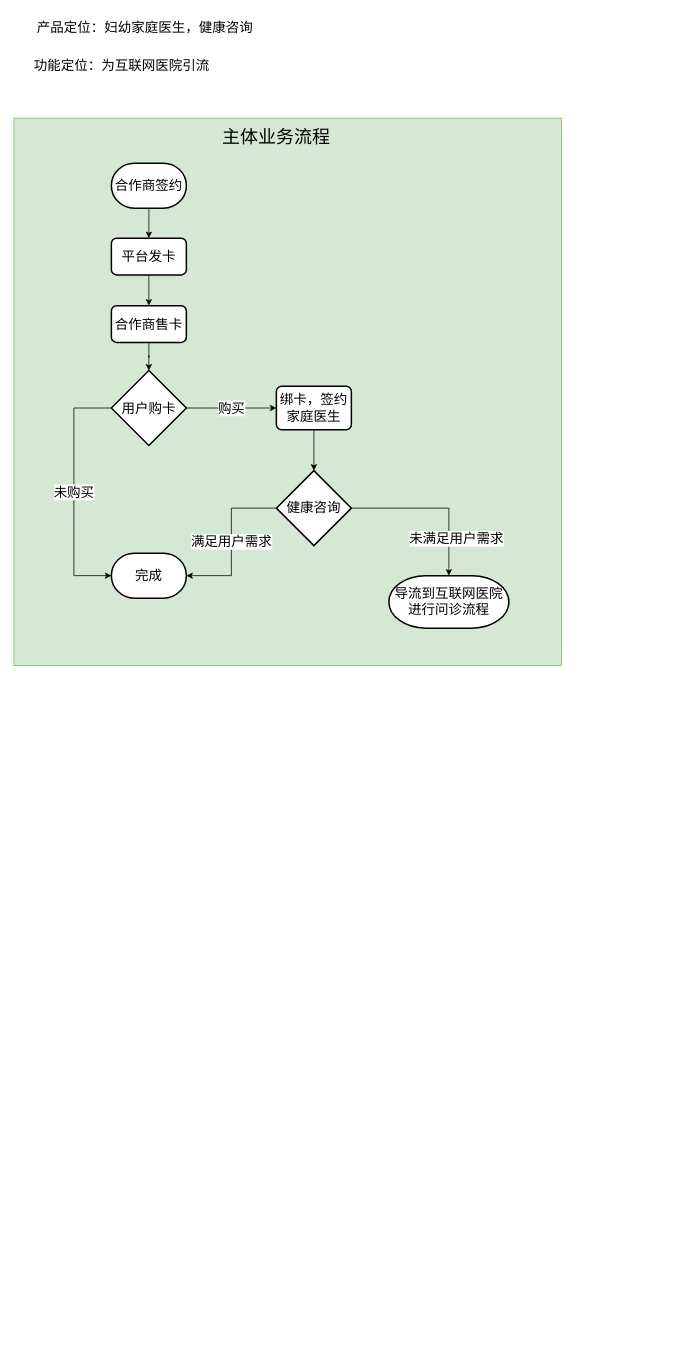
Earlier version of the draw.io diagram jbh/家庭医生v1.drawio (GitHeP/diagrams). Source tidied: cells renumbered, new cells numbered last; positions are measured from the earlier drawing's top-left corner, leaving out a move shared by most shapes. Both pictures are drawn from the tidied source at 75%, with x=0, y=0 at pixel (13, 13).
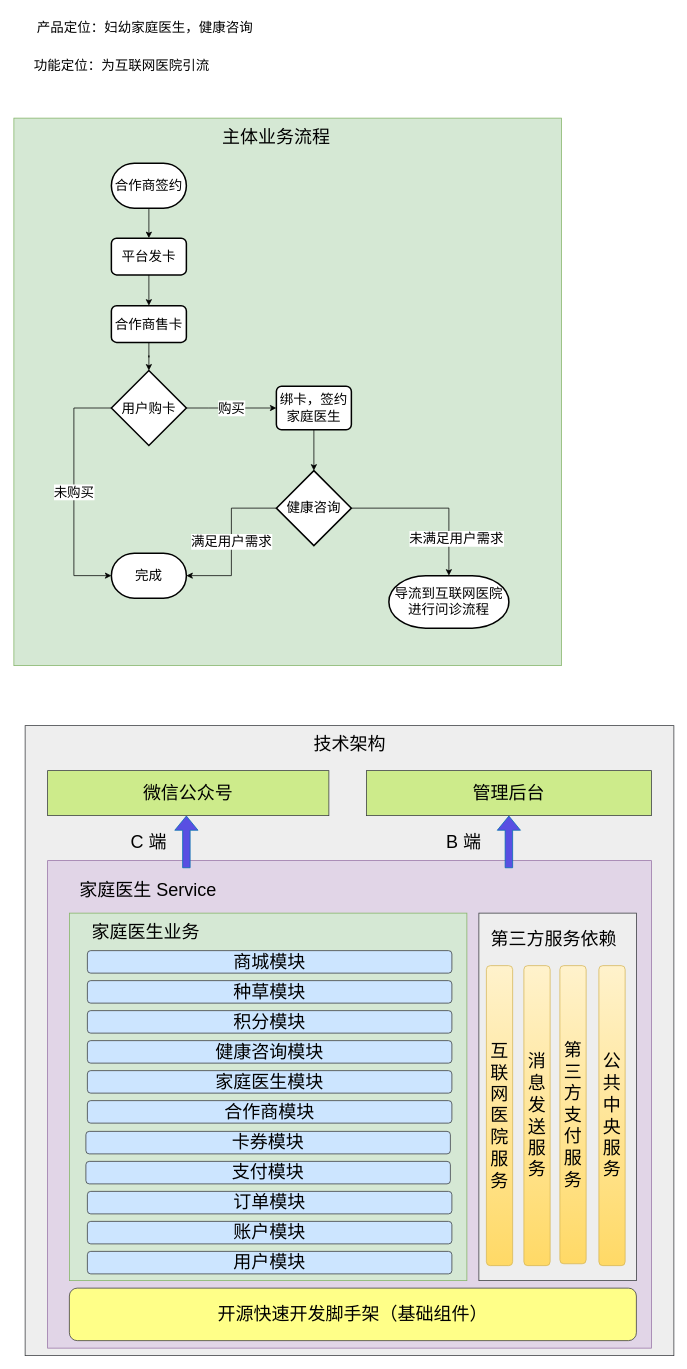
Above is the later version.

Commit message:
更新家庭医生v1.drawio

The edit, as a diff of the source:
```diff
@@
+    <mxCell id="22" style="rounded=0;whiteSpace=wrap;html=1;fontSize=24;fillColor=#eeeeee;strokeColor=#36393d;" parent="1" vertex="1">
+      <mxGeometry x="16" y="950" width="865" height="840" as="geometry" />
+    </mxCell>
+    <mxCell id="23" style="rounded=0;whiteSpace=wrap;html=1;fontSize=24;fillColor=#e1d5e7;strokeColor=#9673a6;" parent="1" vertex="1">
+      <mxGeometry x="46" y="1130" width="805" height="650" as="geometry" />
+    </mxCell>
@@
+    <mxCell id="24" style="rounded=0;whiteSpace=wrap;html=1;fontSize=24;fillColor=#d5e8d4;strokeColor=#82b366;" parent="1" vertex="1">
+      <mxGeometry x="75" y="1200" width="530" height="490" as="geometry" />
+    </mxCell>
+    <mxCell id="25" value="&lt;font style=&quot;font-size: 24px;&quot;&gt;家庭医生业务&lt;/font&gt;" style="text;html=1;strokeColor=none;fillColor=none;align=center;verticalAlign=middle;whiteSpace=wrap;rounded=0;fontSize=18;" parent="1" vertex="1">
+      <mxGeometry x="97" y="1210" width="160" height="30" as="geometry" />
+    </mxCell>
+    <mxCell id="26" value="用户模块" style="rounded=1;whiteSpace=wrap;html=1;fontSize=24;fillColor=#cce5ff;strokeColor=#36393d;" parent="1" vertex="1">
+      <mxGeometry x="99" y="1651" width="486" height="30" as="geometry" />
+    </mxCell>
+    <mxCell id="27" value="账户模块" style="rounded=1;whiteSpace=wrap;html=1;fontSize=24;fillColor=#cce5ff;strokeColor=#36393d;" parent="1" vertex="1">
+      <mxGeometry x="99" y="1611" width="486" height="30" as="geometry" />
+    </mxCell>
+    <mxCell id="28" value="家庭医生模块" style="rounded=1;whiteSpace=wrap;html=1;fontSize=24;fillColor=#cce5ff;strokeColor=#36393d;" parent="1" vertex="1">
+      <mxGeometry x="99" y="1410" width="486" height="30" as="geometry" />
+    </mxCell>
+    <mxCell id="29" value="订单模块" style="rounded=1;whiteSpace=wrap;html=1;fontSize=24;fillColor=#cce5ff;strokeColor=#36393d;" parent="1" vertex="1">
+      <mxGeometry x="99" y="1571" width="486" height="30" as="geometry" />
+    </mxCell>
+    <mxCell id="30" value="支付模块" style="rounded=1;whiteSpace=wrap;html=1;fontSize=24;fillColor=#cce5ff;strokeColor=#36393d;" parent="1" vertex="1">
+      <mxGeometry x="97" y="1531" width="486" height="30" as="geometry" />
+    </mxCell>
+    <mxCell id="31" value="卡券模块" style="rounded=1;whiteSpace=wrap;html=1;fontSize=24;fillColor=#cce5ff;strokeColor=#36393d;" parent="1" vertex="1">
+      <mxGeometry x="97" y="1491" width="486" height="30" as="geometry" />
+    </mxCell>
+    <mxCell id="32" value="积分模块" style="rounded=1;whiteSpace=wrap;html=1;fontSize=24;fillColor=#cce5ff;strokeColor=#36393d;" parent="1" vertex="1">
+      <mxGeometry x="99" y="1330" width="486" height="30" as="geometry" />
+    </mxCell>
+    <mxCell id="33" value="健康咨询模块" style="rounded=1;whiteSpace=wrap;html=1;fontSize=24;fillColor=#cce5ff;strokeColor=#36393d;" parent="1" vertex="1">
+      <mxGeometry x="99" y="1370" width="486" height="30" as="geometry" />
+    </mxCell>
+    <mxCell id="34" value="商城模块" style="rounded=1;whiteSpace=wrap;html=1;fontSize=24;fillColor=#cce5ff;strokeColor=#36393d;" parent="1" vertex="1">
+      <mxGeometry x="99" y="1250" width="486" height="30" as="geometry" />
+    </mxCell>
+    <mxCell id="35" value="种草模块" style="rounded=1;whiteSpace=wrap;html=1;fontSize=24;fillColor=#cce5ff;strokeColor=#36393d;" parent="1" vertex="1">
+      <mxGeometry x="99" y="1290" width="486" height="30" as="geometry" />
+    </mxCell>
+    <mxCell id="36" value="开源快速开发脚手架（基础组件）" style="rounded=1;whiteSpace=wrap;html=1;fontSize=24;fillColor=#ffff88;strokeColor=#36393d;" parent="1" vertex="1">
+      <mxGeometry x="75" y="1700" width="756" height="70" as="geometry" />
+    </mxCell>
+    <mxCell id="37" value="微信公众号" style="rounded=0;whiteSpace=wrap;html=1;fontSize=24;fillColor=#cdeb8b;strokeColor=#36393d;" parent="1" vertex="1">
+      <mxGeometry x="46" y="1010" width="375" height="60" as="geometry" />
+    </mxCell>
+    <mxCell id="38" value="&lt;font style=&quot;font-size: 24px;&quot;&gt;家庭医生 Service&lt;/font&gt;" style="text;html=1;strokeColor=none;fillColor=none;align=center;verticalAlign=middle;whiteSpace=wrap;rounded=0;fontSize=18;" parent="1" vertex="1">
+      <mxGeometry x="72.5" y="1150" width="213.5" height="40" as="geometry" />
+    </mxCell>
+    <mxCell id="39" value="管理后台" style="rounded=0;whiteSpace=wrap;html=1;fontSize=24;fillColor=#cdeb8b;strokeColor=#36393d;" parent="1" vertex="1">
+      <mxGeometry x="471" y="1010" width="380" height="60" as="geometry" />
+    </mxCell>
+    <mxCell id="40" value="合作商模块" style="rounded=1;whiteSpace=wrap;html=1;fontSize=24;fillColor=#cce5ff;strokeColor=#36393d;" parent="1" vertex="1">
+      <mxGeometry x="99" y="1450" width="486" height="30" as="geometry" />
+    </mxCell>
+    <mxCell id="41" style="shape=flexArrow;endArrow=classic;html=1;rounded=0;fontSize=24;fillColor=#594FE2;strokeColor=#006EAF;" parent="1" edge="1">
+      <mxGeometry relative="1" as="geometry">
+        <mxPoint x="231" y="1140" as="sourcePoint" />
+        <mxPoint x="231" y="1070" as="targetPoint" />
+      </mxGeometry>
+    </mxCell>
+    <mxCell id="42" value="C 端" style="text;html=1;strokeColor=none;fillColor=none;align=center;verticalAlign=middle;whiteSpace=wrap;rounded=0;fontSize=24;" parent="1" vertex="1">
+      <mxGeometry x="151" y="1090" width="60" height="30" as="geometry" />
+    </mxCell>
+    <mxCell id="43" style="shape=flexArrow;endArrow=classic;html=1;rounded=0;fontSize=24;fillColor=#594FE2;strokeColor=#006EAF;" parent="1" edge="1">
+      <mxGeometry relative="1" as="geometry">
+        <mxPoint x="661" y="1140" as="sourcePoint" />
+        <mxPoint x="661" y="1070" as="targetPoint" />
+      </mxGeometry>
+    </mxCell>
+    <mxCell id="44" value="B 端" style="text;html=1;strokeColor=none;fillColor=none;align=center;verticalAlign=middle;whiteSpace=wrap;rounded=0;fontSize=24;" parent="1" vertex="1">
+      <mxGeometry x="571" y="1090" width="60" height="30" as="geometry" />
+    </mxCell>
+    <mxCell id="45" style="rounded=0;whiteSpace=wrap;html=1;fontSize=24;fillColor=#eeeeee;strokeColor=#36393d;" parent="1" vertex="1">
+      <mxGeometry x="621" y="1200" width="210" height="490" as="geometry" />
+    </mxCell>
+    <mxCell id="46" value="消&lt;br&gt;息&lt;br&gt;发&lt;br&gt;送&lt;br&gt;服&lt;br&gt;务" style="rounded=1;whiteSpace=wrap;html=1;fontSize=24;fillColor=#fff2cc;gradientColor=#ffd966;strokeColor=#d6b656;" parent="1" vertex="1">
+      <mxGeometry x="681" y="1270" width="35" height="400" as="geometry" />
+    </mxCell>
+    <mxCell id="47" value="互&lt;br&gt;联&lt;br&gt;网&lt;br&gt;医&lt;br&gt;院&lt;br&gt;服&lt;br&gt;务" style="rounded=1;whiteSpace=wrap;html=1;fontSize=24;fillColor=#fff2cc;gradientColor=#ffd966;strokeColor=#d6b656;" parent="1" vertex="1">
+      <mxGeometry x="631" y="1270" width="35" height="400" as="geometry" />
+    </mxCell>
+    <mxCell id="48" value="第&lt;br&gt;三&lt;br&gt;方支付&lt;br&gt;服务" style="rounded=1;whiteSpace=wrap;html=1;fontSize=24;fillColor=#fff2cc;gradientColor=#ffd966;strokeColor=#d6b656;" parent="1" vertex="1">
+      <mxGeometry x="729" y="1270" width="35" height="397.5" as="geometry" />
+    </mxCell>
+    <mxCell id="49" value="公共&lt;br&gt;中央&lt;br&gt;服务" style="rounded=1;whiteSpace=wrap;html=1;fontSize=24;fillColor=#fff2cc;gradientColor=#ffd966;strokeColor=#d6b656;" parent="1" vertex="1">
+      <mxGeometry x="781" y="1270" width="35" height="400" as="geometry" />
+    </mxCell>
+    <mxCell id="50" value="&lt;font style=&quot;font-size: 24px;&quot;&gt;技术架构&lt;/font&gt;" style="text;html=1;strokeColor=none;fillColor=none;align=center;verticalAlign=middle;whiteSpace=wrap;rounded=0;fontSize=18;" parent="1" vertex="1">
+      <mxGeometry x="368.5" y="960" width="160" height="30" as="geometry" />
+    </mxCell>
+    <mxCell id="51" value="&lt;font style=&quot;font-size: 24px;&quot;&gt;第三方服务依赖&lt;/font&gt;" style="text;html=1;strokeColor=none;fillColor=none;align=center;verticalAlign=middle;whiteSpace=wrap;rounded=0;fontSize=18;" parent="1" vertex="1">
+      <mxGeometry x="631" y="1220" width="180" height="30" as="geometry" />
+    </mxCell>
```
